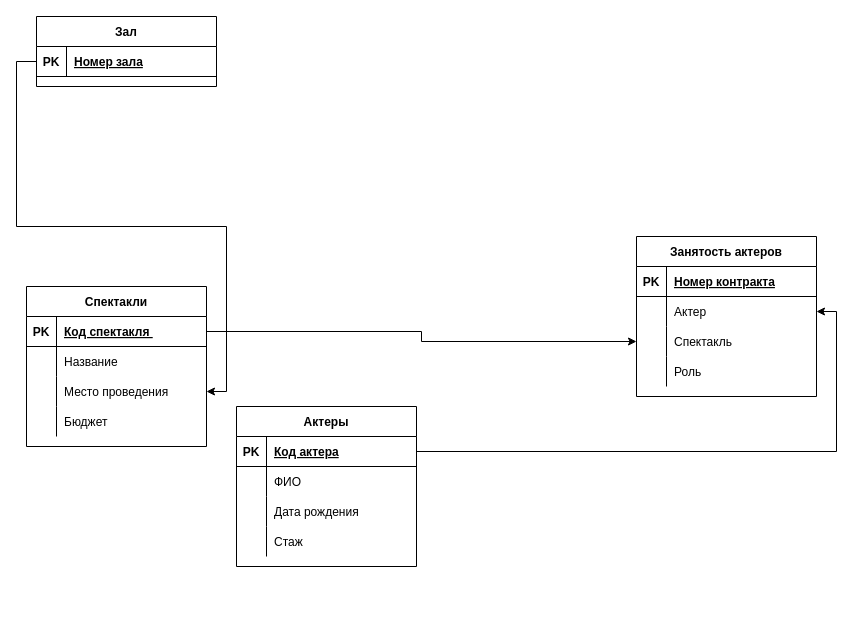
The draw.io diagram page "Страница 1" (1 of 2) of База данных театра.drawio in MakarovIS/Data-base, before the edit. Source tidied: cells renumbered, new cells numbered last; positions are measured from the earlier drawing's top-left corner, leaving out a move shared by most shapes. Both pictures are drawn from the tidied source at 100%, with x=0, y=0 at pixel (26, 16).
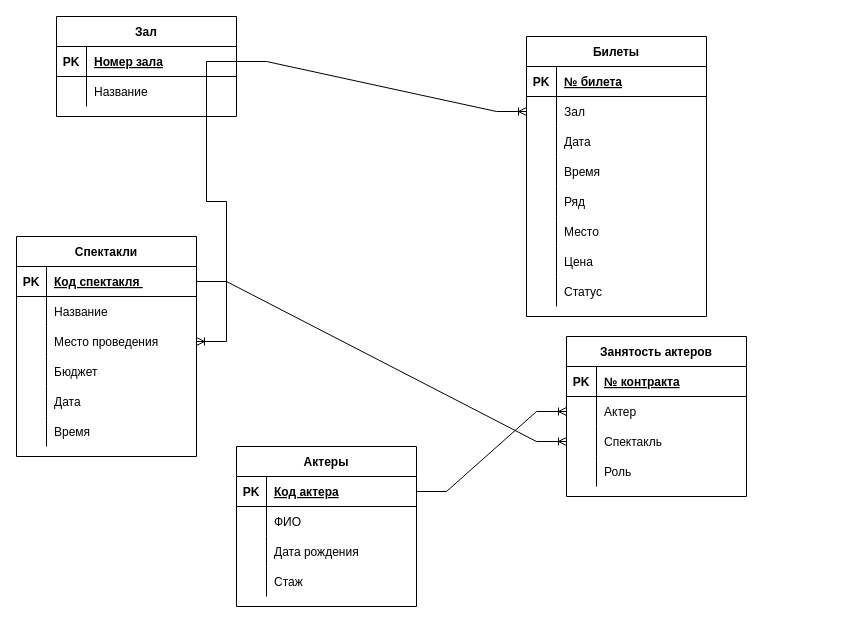
After the change.

The change refers to these unchanged cells:
```xml
<mxCell id="3" style="shape=tableRow;horizontal=0;startSize=0;swimlaneHead=0;swimlaneBody=0;fillColor=none;points=[[0,0.5],[1,0.5]];portConstraint=eastwest;top=0;left=0;right=0;bottom=1;" parent="2" vertex="1">
  <mxGeometry y="30" width="180" height="30" as="geometry" />
</mxCell>
<mxCell id="16" style="shape=tableRow;horizontal=0;startSize=0;swimlaneHead=0;swimlaneBody=0;fillColor=none;top=0;left=0;right=0;bottom=1;" parent="15" vertex="1">
  <mxGeometry y="30" width="180" height="30" as="geometry" />
</mxCell>
<mxCell id="19" style="shape=tableRow;horizontal=0;startSize=0;swimlaneHead=0;swimlaneBody=0;fillColor=none;points=[[0,0.5],[1,0.5]];portConstraint=eastwest;top=0;left=0;right=0;bottom=0;" parent="15" vertex="1">
  <mxGeometry y="60" width="180" height="30" as="geometry" />
</mxCell>
<mxCell id="22" style="shape=tableRow;horizontal=0;startSize=0;swimlaneHead=0;swimlaneBody=0;fillColor=none;points=[[0,0.5],[1,0.5]];portConstraint=eastwest;top=0;left=0;right=0;bottom=0;" parent="15" vertex="1">
  <mxGeometry y="90" width="180" height="30" as="geometry" />
</mxCell>
<mxCell id="29" style="shape=tableRow;horizontal=0;startSize=0;swimlaneHead=0;swimlaneBody=0;fillColor=none;points=[[0,0.5],[1,0.5]];portConstraint=eastwest;top=0;left=0;right=0;bottom=1;" parent="28" vertex="1">
  <mxGeometry y="30" width="180" height="30" as="geometry" />
</mxCell>
<mxCell id="35" style="shape=tableRow;horizontal=0;startSize=0;swimlaneHead=0;swimlaneBody=0;fillColor=none;points=[[0,0.5],[1,0.5]];portConstraint=eastwest;top=0;left=0;right=0;bottom=0;" parent="28" vertex="1">
  <mxGeometry y="90" width="180" height="30" as="geometry" />
</mxCell>
```

Diff of the diagram source:
```diff
@@
     <mxCell id="2" value="Актеры" style="shape=table;startSize=30;childLayout=tableLayout;rowLines=0;fontStyle=1;align=center;" parent="1" vertex="1">
-      <mxGeometry x="210" y="390" width="180" height="160" as="geometry" />
+      <mxGeometry x="210" y="430" width="180" height="160" as="geometry" />
     </mxCell>
@@
     <mxCell id="15" value="Занятость актеров" style="shape=table;startSize=30;childLayout=tableLayout;rowLines=0;fontStyle=1;align=center;" parent="1" vertex="1">
-      <mxGeometry x="610" y="220" width="180" height="160" as="geometry" />
+      <mxGeometry x="540" y="320" width="180" height="160" as="geometry" />
     </mxCell>
@@
-    <mxCell id="18" value="Номер контракта" style="shape=partialRectangle;fillColor=none;top=0;left=0;bottom=0;right=0;align=left;spacingLeft=6;fontStyle=5;overflow=hidden;" parent="16" vertex="1">
+    <mxCell id="18" value="№ контракта" style="shape=partialRectangle;fillColor=none;top=0;left=0;bottom=0;right=0;align=left;spacingLeft=6;fontStyle=5;overflow=hidden;" parent="16" vertex="1">
       <mxGeometry x="30" width="150" height="30" as="geometry" />
     </mxCell>
@@
     <mxCell id="28" value="Спектакли" style="shape=table;startSize=30;childLayout=tableLayout;rowLines=0;fontStyle=1;align=center;" parent="1" vertex="1">
-      <mxGeometry y="270" width="180" height="160" as="geometry" />
+      <mxGeometry x="-10" y="220" width="180" height="220" as="geometry" />
     </mxCell>
@@
+    <mxCell id="48" style="shape=tableRow;horizontal=0;startSize=0;swimlaneHead=0;swimlaneBody=0;fillColor=none;top=0;left=0;right=0;bottom=0;" parent="28" vertex="1">
+      <mxGeometry y="150" width="180" height="30" as="geometry" />
+    </mxCell>
+    <mxCell id="49" style="shape=partialRectangle;fillColor=none;top=0;left=0;bottom=0;right=0;overflow=hidden;" parent="48" vertex="1">
+      <mxGeometry width="30" height="30" as="geometry" />
+    </mxCell>
+    <mxCell id="50" value="Дата" style="shape=partialRectangle;fillColor=none;top=0;left=0;bottom=0;right=0;align=left;spacingLeft=6;overflow=hidden;" parent="48" vertex="1">
+      <mxGeometry x="30" width="150" height="30" as="geometry" />
+    </mxCell>
+    <mxCell id="51" style="shape=tableRow;horizontal=0;startSize=0;swimlaneHead=0;swimlaneBody=0;fillColor=none;top=0;left=0;right=0;bottom=0;" parent="28" vertex="1">
+      <mxGeometry y="180" width="180" height="30" as="geometry" />
+    </mxCell>
+    <mxCell id="52" style="shape=partialRectangle;fillColor=none;top=0;left=0;bottom=0;right=0;overflow=hidden;" parent="51" vertex="1">
+      <mxGeometry width="30" height="30" as="geometry" />
+    </mxCell>
+    <mxCell id="53" value="Время" style="shape=partialRectangle;fillColor=none;top=0;left=0;bottom=0;right=0;align=left;spacingLeft=6;overflow=hidden;" parent="51" vertex="1">
+      <mxGeometry x="30" width="150" height="30" as="geometry" />
+    </mxCell>
+    <mxCell id="54" value="Билеты" style="shape=table;startSize=30;childLayout=tableLayout;rowLines=0;fontStyle=1;align=center;" parent="1" vertex="1">
+      <mxGeometry x="500" y="20" width="180" height="280" as="geometry" />
+    </mxCell>
+    <mxCell id="55" style="shape=tableRow;horizontal=0;startSize=0;swimlaneHead=0;swimlaneBody=0;fillColor=none;top=0;left=0;right=0;bottom=1;" parent="54" vertex="1">
+      <mxGeometry y="30" width="180" height="30" as="geometry" />
+    </mxCell>
+    <mxCell id="56" value="PK" style="shape=partialRectangle;fillColor=none;top=0;left=0;bottom=0;right=0;fontStyle=1;overflow=hidden;" parent="55" vertex="1">
+      <mxGeometry width="30" height="30" as="geometry" />
+    </mxCell>
+    <mxCell id="57" value="№ билета" style="shape=partialRectangle;fillColor=none;top=0;left=0;bottom=0;right=0;align=left;spacingLeft=6;fontStyle=5;overflow=hidden;" parent="55" vertex="1">
+      <mxGeometry x="30" width="150" height="30" as="geometry" />
+    </mxCell>
+    <mxCell id="58" style="shape=tableRow;horizontal=0;startSize=0;swimlaneHead=0;swimlaneBody=0;fillColor=none;points=[[0,0.5],[1,0.5]];portConstraint=eastwest;top=0;left=0;right=0;bottom=0;" parent="54" vertex="1">
+      <mxGeometry y="60" width="180" height="30" as="geometry" />
+    </mxCell>
+    <mxCell id="59" style="shape=partialRectangle;fillColor=none;top=0;left=0;bottom=0;right=0;overflow=hidden;" parent="58" vertex="1">
+      <mxGeometry width="30" height="30" as="geometry" />
+    </mxCell>
+    <mxCell id="60" value="Зал" style="shape=partialRectangle;fillColor=none;top=0;left=0;bottom=0;right=0;align=left;spacingLeft=6;overflow=hidden;" parent="58" vertex="1">
+      <mxGeometry x="30" width="150" height="30" as="geometry" />
+    </mxCell>
+    <mxCell id="61" style="shape=tableRow;horizontal=0;startSize=0;swimlaneHead=0;swimlaneBody=0;fillColor=none;top=0;left=0;right=0;bottom=0;" parent="54" vertex="1">
+      <mxGeometry y="90" width="180" height="30" as="geometry" />
+    </mxCell>
+    <mxCell id="62" style="shape=partialRectangle;fillColor=none;top=0;left=0;bottom=0;right=0;overflow=hidden;" parent="61" vertex="1">
+      <mxGeometry width="30" height="30" as="geometry" />
+    </mxCell>
+    <mxCell id="63" value="Дата" style="shape=partialRectangle;fillColor=none;top=0;left=0;bottom=0;right=0;align=left;spacingLeft=6;overflow=hidden;" parent="61" vertex="1">
+      <mxGeometry x="30" width="150" height="30" as="geometry" />
+    </mxCell>
+    <mxCell id="64" style="shape=tableRow;horizontal=0;startSize=0;swimlaneHead=0;swimlaneBody=0;fillColor=none;top=0;left=0;right=0;bottom=0;" parent="54" vertex="1">
+      <mxGeometry y="120" width="180" height="30" as="geometry" />
+    </mxCell>
+    <mxCell id="65" style="shape=partialRectangle;fillColor=none;top=0;left=0;bottom=0;right=0;overflow=hidden;" parent="64" vertex="1">
+      <mxGeometry width="30" height="30" as="geometry" />
+    </mxCell>
+    <mxCell id="66" value="Время" style="shape=partialRectangle;fillColor=none;top=0;left=0;bottom=0;right=0;align=left;spacingLeft=6;overflow=hidden;" parent="64" vertex="1">
+      <mxGeometry x="30" width="150" height="30" as="geometry" />
+    </mxCell>
+    <mxCell id="67" style="shape=tableRow;horizontal=0;startSize=0;swimlaneHead=0;swimlaneBody=0;fillColor=none;top=0;left=0;right=0;bottom=0;" parent="54" vertex="1">
+      <mxGeometry y="150" width="180" height="30" as="geometry" />
+    </mxCell>
+    <mxCell id="68" style="shape=partialRectangle;fillColor=none;top=0;left=0;bottom=0;right=0;overflow=hidden;" parent="67" vertex="1">
+      <mxGeometry width="30" height="30" as="geometry" />
+    </mxCell>
+    <mxCell id="69" value="Ряд" style="shape=partialRectangle;fillColor=none;top=0;left=0;bottom=0;right=0;align=left;spacingLeft=6;overflow=hidden;" parent="67" vertex="1">
+      <mxGeometry x="30" width="150" height="30" as="geometry" />
+    </mxCell>
+    <mxCell id="70" style="shape=tableRow;horizontal=0;startSize=0;swimlaneHead=0;swimlaneBody=0;fillColor=none;top=0;left=0;right=0;bottom=0;" parent="54" vertex="1">
+      <mxGeometry y="180" width="180" height="30" as="geometry" />
+    </mxCell>
+    <mxCell id="71" style="shape=partialRectangle;fillColor=none;top=0;left=0;bottom=0;right=0;overflow=hidden;" parent="70" vertex="1">
+      <mxGeometry width="30" height="30" as="geometry" />
+    </mxCell>
+    <mxCell id="72" value="Место" style="shape=partialRectangle;fillColor=none;top=0;left=0;bottom=0;right=0;align=left;spacingLeft=6;overflow=hidden;" parent="70" vertex="1">
+      <mxGeometry x="30" width="150" height="30" as="geometry" />
+    </mxCell>
+    <mxCell id="73" style="shape=tableRow;horizontal=0;startSize=0;swimlaneHead=0;swimlaneBody=0;fillColor=none;top=0;left=0;right=0;bottom=0;" parent="54" vertex="1">
+      <mxGeometry y="210" width="180" height="30" as="geometry" />
+    </mxCell>
+    <mxCell id="74" style="shape=partialRectangle;fillColor=none;top=0;left=0;bottom=0;right=0;overflow=hidden;" parent="73" vertex="1">
+      <mxGeometry width="30" height="30" as="geometry" />
+    </mxCell>
+    <mxCell id="75" value="Цена" style="shape=partialRectangle;fillColor=none;top=0;left=0;bottom=0;right=0;align=left;spacingLeft=6;overflow=hidden;" parent="73" vertex="1">
+      <mxGeometry x="30" width="150" height="30" as="geometry" />
+    </mxCell>
+    <mxCell id="76" style="shape=tableRow;horizontal=0;startSize=0;swimlaneHead=0;swimlaneBody=0;fillColor=none;top=0;left=0;right=0;bottom=0;" parent="54" vertex="1">
+      <mxGeometry y="240" width="180" height="30" as="geometry" />
+    </mxCell>
+    <mxCell id="77" style="shape=partialRectangle;fillColor=none;top=0;left=0;bottom=0;right=0;overflow=hidden;" parent="76" vertex="1">
+      <mxGeometry width="30" height="30" as="geometry" />
+    </mxCell>
+    <mxCell id="78" value="Статус" style="shape=partialRectangle;fillColor=none;top=0;left=0;bottom=0;right=0;align=left;spacingLeft=6;overflow=hidden;" parent="76" vertex="1">
+      <mxGeometry x="30" width="150" height="30" as="geometry" />
+    </mxCell>
     <mxCell id="41" value="Зал" style="shape=table;startSize=30;childLayout=tableLayout;rowLines=0;fontStyle=1;align=center;" parent="1" vertex="1">
-      <mxGeometry x="10" width="180" height="70" as="geometry" />
+      <mxGeometry x="30" width="180" height="100" as="geometry" />
     </mxCell>
-    <mxCell id="42" style="shape=tableRow;horizontal=0;startSize=0;swimlaneHead=0;swimlaneBody=0;fillColor=none;points=[[0,0.5],[1,0.5]];portConstraint=eastwest;top=0;left=0;right=0;bottom=1;" parent="41" vertex="1">
-      <mxGeometry y="30" width="180" height="30" as="geometry" />
-    </mxCell>
-    <mxCell id="43" value="PK" style="shape=partialRectangle;fillColor=none;top=0;left=0;bottom=0;right=0;fontStyle=1;overflow=hidden;" parent="42" vertex="1">
-      <mxGeometry width="30" height="30" as="geometry" />
-    </mxCell>
+    <mxCell id="79" style="shape=tableRow;horizontal=0;startSize=0;swimlaneHead=0;swimlaneBody=0;fillColor=none;points=[[0,0.5],[1,0.5]];portConstraint=eastwest;top=0;left=0;right=0;bottom=1;" parent="41" vertex="1">
+      <mxGeometry y="30" width="180" height="30" as="geometry" />
+    </mxCell>
+    <mxCell id="80" value="PK" style="shape=partialRectangle;fillColor=none;top=0;left=0;bottom=0;right=0;fontStyle=1;overflow=hidden;" parent="79" vertex="1">
+      <mxGeometry width="30" height="30" as="geometry" />
+    </mxCell>
-    <mxCell id="44" value="Номер зала" style="shape=partialRectangle;fillColor=none;top=0;left=0;bottom=0;right=0;align=left;spacingLeft=6;fontStyle=5;overflow=hidden;" parent="42" vertex="1">
+    <mxCell id="44" value="Номер зала" style="shape=partialRectangle;fillColor=none;top=0;left=0;bottom=0;right=0;align=left;spacingLeft=6;fontStyle=5;overflow=hidden;" parent="79" vertex="1">
       <mxGeometry x="30" width="150" height="30" as="geometry" />
     </mxCell>
-    <mxCell id="45" style="edgeStyle=orthogonalEdgeStyle;rounded=0;jettySize=auto;html=1;" parent="1" edge="1" source="42" target="35">
-      <mxGeometry relative="1" as="geometry" />
-    </mxCell>
+    <mxCell id="81" style="shape=tableRow;horizontal=0;startSize=0;swimlaneHead=0;swimlaneBody=0;fillColor=none;top=0;left=0;right=0;bottom=0;" parent="41" vertex="1">
+      <mxGeometry y="60" width="180" height="30" as="geometry" />
+    </mxCell>
+    <mxCell id="82" style="shape=partialRectangle;fillColor=none;top=0;left=0;bottom=0;right=0;overflow=hidden;" parent="81" vertex="1">
+      <mxGeometry width="30" height="30" as="geometry" />
+    </mxCell>
+    <mxCell id="83" value="Название" style="shape=partialRectangle;fillColor=none;top=0;left=0;bottom=0;right=0;align=left;spacingLeft=6;overflow=hidden;" parent="81" vertex="1">
+      <mxGeometry x="30" width="150" height="30" as="geometry" />
+    </mxCell>
+    <mxCell id="84" style="edgeStyle=entityRelationEdgeStyle;fontSize=12;html=1;endArrow=ERoneToMany;rounded=0;exitX=1;exitY=0.5;exitDx=0;exitDy=0;entryX=0;entryY=0.5;entryDx=0;entryDy=0;" parent="1" edge="1" source="79" target="58">
+      <mxGeometry relative="1" as="geometry" />
+    </mxCell>
+    <mxCell id="47" style="edgeStyle=entityRelationEdgeStyle;fontSize=12;html=1;endArrow=ERoneToMany;rounded=0;exitX=1;exitY=0.5;exitDx=0;exitDy=0;entryX=0;entryY=0.5;entryDx=0;entryDy=0;" parent="1" edge="1" source="3" target="19">
+      <mxGeometry relative="1" as="geometry" />
+    </mxCell>
+    <mxCell id="85" style="edgeStyle=entityRelationEdgeStyle;fontSize=12;html=1;endArrow=ERoneToMany;rounded=0;exitX=1;exitY=0.5;exitDx=0;exitDy=0;entryX=1;entryY=0.5;entryDx=0;entryDy=0;" parent="1" edge="1" source="79" target="35">
+      <mxGeometry relative="1" as="geometry" />
+    </mxCell>
-    <mxCell id="46" style="edgeStyle=orthogonalEdgeStyle;rounded=0;jettySize=auto;html=1;entryX=0;entryY=0.5;entryDx=0;entryDy=0;" parent="1" edge="1" source="29" target="22">
+    <mxCell id="46" style="edgeStyle=entityRelationEdgeStyle;fontSize=12;html=1;endArrow=ERoneToMany;rounded=0;exitX=1;exitY=0.5;exitDx=0;exitDy=0;entryX=0;entryY=0.5;entryDx=0;entryDy=0;" parent="1" edge="1" source="29" target="22">
       <mxGeometry relative="1" as="geometry" />
     </mxCell>
-    <mxCell id="47" style="edgeStyle=orthogonalEdgeStyle;rounded=0;jettySize=auto;html=1;entryX=1;entryY=0.5;entryDx=0;entryDy=0;" parent="1" edge="1" source="3" target="19">
-      <mxGeometry relative="1" as="geometry" />
-    </mxCell>
```
